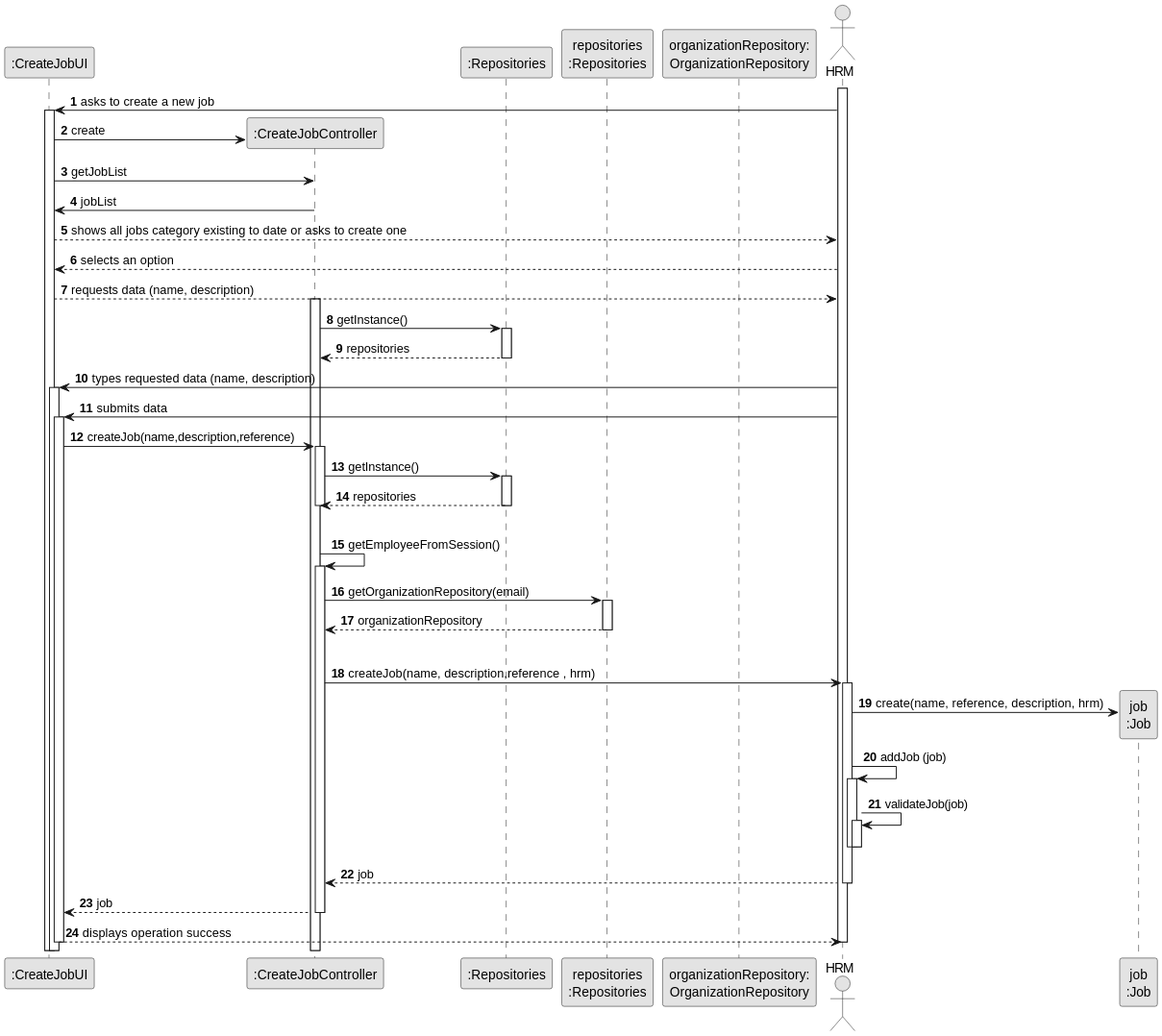
Before: docs/sprintA&B/us002/03.design/svg/us002-sequence-diagram-full.svg, a diagram exported from PlantUML (daniel41silva05/ISEP_2023_2024_LAPR2).
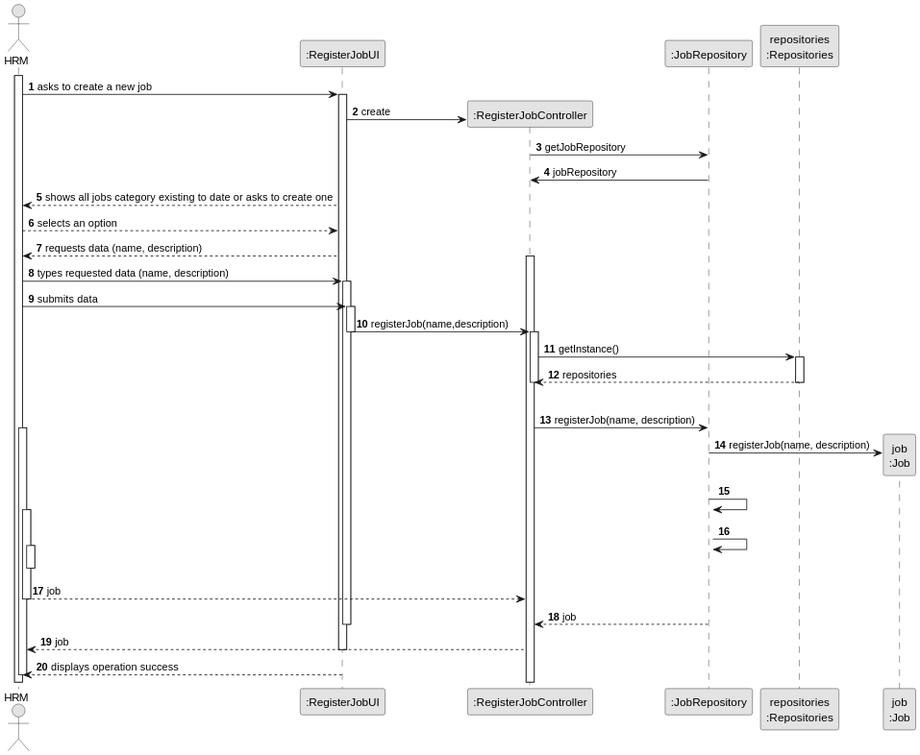
After the commit.

What changed in the source:
```diff
@@ -8,12 +8,10 @@
 
 
 actor "HRM" as HRM
-participant ":CreateJobUI" as UI
-participant ":CreateJobController" as CTRL
-participant ":Repositories" as RepositorySingleton
+participant ":RegisterJobUI" as UI
+participant ":RegisterJobController" as CTRL
+participant ":JobRepository" as JOBS
 participant "repositories\n:Repositories" as PLAT
-participant "organizationRepository:\nOrganizationRepository" as OrganizationRepository
-participant "hrm\n:HRM" as HRM
 participant "job\n:Job" as JOB
 
 activate HRM
@@ -25,9 +23,9 @@
             create CTRL
             UI -> CTRL** : create
 
-            UI -> CTRL : getJobList
+            CTRL -> JOBS : getJobRepository
 
-            CTRL -> UI : jobList
+            JOBS -> CTRL : jobRepository
 
             UI --> HRM : shows all jobs category existing to date or asks to create one
 
@@ -37,19 +35,6 @@
 
             activate CTRL
 
-                CTRL -> RepositorySingleton : getInstance()
-                activate RepositorySingleton
-
-                    RepositorySingleton --> CTRL: repositories
-                deactivate RepositorySingleton
-
-
-
-
-
-
-
-
 
     HRM -> UI : types requested data (name, description)
     activate UI
@@ -58,53 +43,31 @@
     HRM -> UI : submits data
     activate UI
 
-        UI -> CTRL : createJob(name,description,reference)
+        UI -> CTRL : registerJob(name,description)
+        deactivate UI
         activate CTRL
 
 
-                CTRL -> RepositorySingleton : getInstance()
-                activate RepositorySingleton
+                CTRL -> PLAT : getInstance()
+                activate PLAT
 
-                    RepositorySingleton --> CTRL: repositories
-                deactivate RepositorySingleton
-
-
+                    PLAT --> CTRL: repositories
+                deactivate PLAT
 
             deactivate CTRL
 
-            |||
-            CTRL -> CTRL : getEmployeeFromSession()
-            activate CTRL
-
-
-
-
-
-
-
-
-                CTRL -> PLAT: getOrganizationRepository(email)
-                activate PLAT
-
-                    PLAT --> CTRL: organizationRepository
-                deactivate PLAT
-
-
-
-
 
             |||
-            CTRL -> HRM: createJob(name, description,reference ,  hrm)
+            CTRL -> JOBS: registerJob(name, description)
             activate HRM
 
-                HRM -> JOB**: create(name, reference, description,  hrm)
-                HRM -> HRM: addJob (job)
+                JOBS -> JOB**: registerJob(name, description)
+                JOBS -> JOBS:
 
 
                 activate HRM
-                    HRM -> HRM: validateJob(job)
+                    JOBS -> JOBS
                     activate HRM
-                    deactivate HRM
 
                 deactivate HRM
 
@@ -112,8 +75,13 @@
 
             deactivate HRM
 
-            CTRL --> UI: job
-            deactivate CTRL
+            JOBS --> CTRL: job
+            deactivate UI
+
+            CTRL --> HRM: job
+                        deactivate UI
+
+
             UI --> HRM: displays operation success
     deactivate UI
 
```
